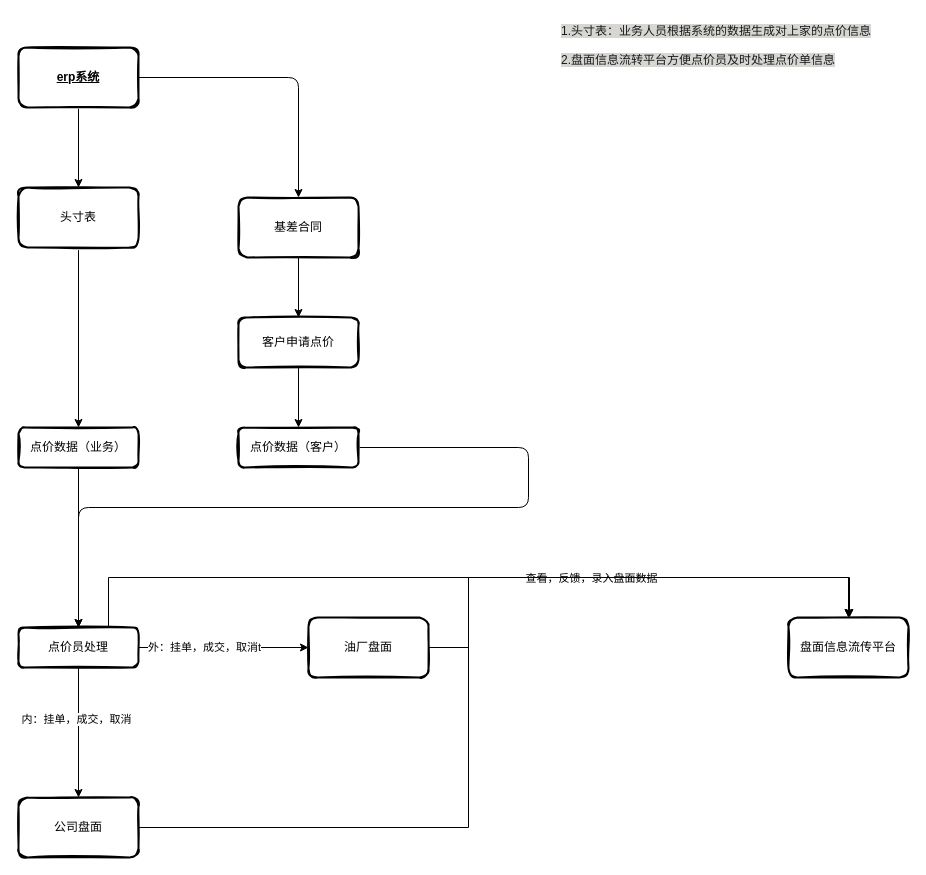
lq460541033/draw_dev keeps this draw.io diagram as 项目工程/点价通/盘面流转信息平台.drawio. Above is the earlier version. Source tidied: cells renumbered, new cells numbered last; positions are measured from the earlier drawing's top-left corner, leaving out a move shared by most shapes. Both pictures are drawn from the tidied source at 100%, with x=0, y=0 at pixel (18, 17).
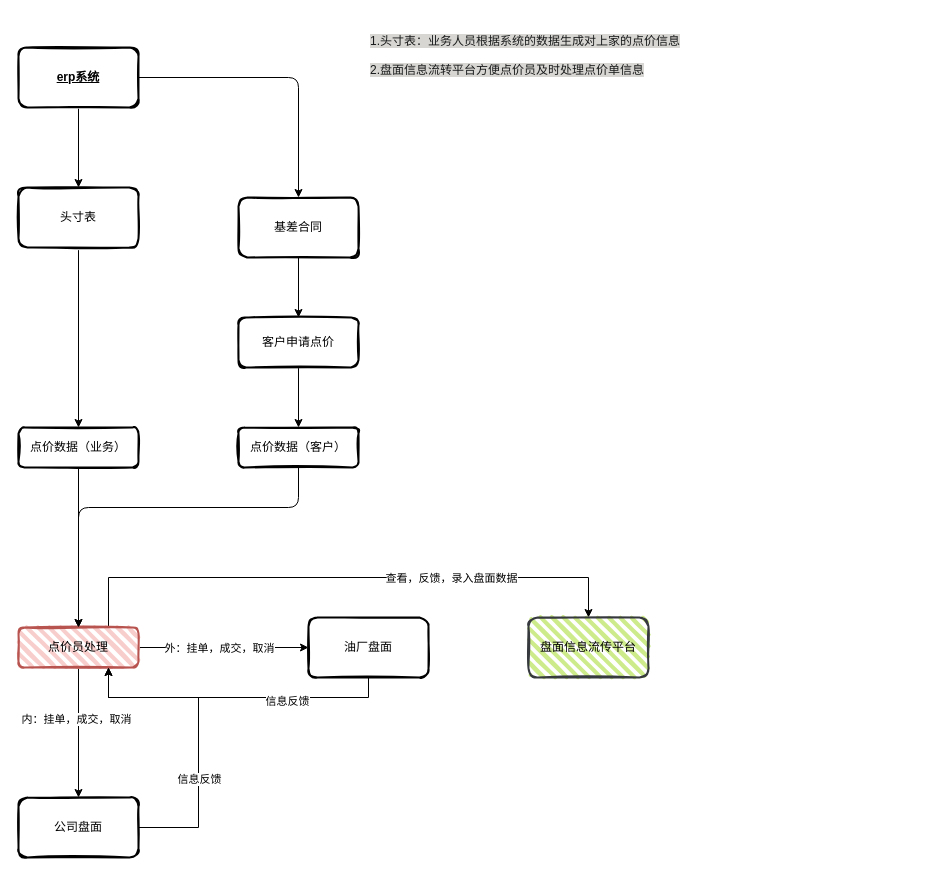
After the change.

Commit message (it also covers changes not shown here):
Update 盘面流转信息平台.drawio

The change refers to these unchanged cells:
```xml
<mxCell id="11" style="edgeStyle=orthogonalEdgeStyle;rounded=0;jettySize=auto;html=1;" parent="1" edge="1" source="15" target="17">
  <mxGeometry relative="1" as="geometry" />
</mxCell>
<mxCell id="17" value="油厂盘面" style="rounded=1;whiteSpace=wrap;html=1;strokeWidth=2;fillWeight=4;hachureGap=8;hachureAngle=45;sketch=1;" parent="1" vertex="1">
  <mxGeometry x="290" y="600" width="120" height="60" as="geometry" />
</mxCell>
<mxCell id="19" value="公司盘面" style="rounded=1;whiteSpace=wrap;html=1;strokeWidth=2;fillWeight=4;hachureGap=8;hachureAngle=45;sketch=1;" parent="1" vertex="1">
  <mxGeometry y="780" width="120" height="60" as="geometry" />
</mxCell>
<mxCell id="25" value="点价数据（客户）" style="rounded=1;whiteSpace=wrap;html=1;strokeWidth=2;fillWeight=4;hachureGap=8;hachureAngle=45;sketch=1;" parent="1" vertex="1">
  <mxGeometry x="220" y="410" width="120" height="40" as="geometry" />
</mxCell>
```

Diff of the diagram source:
```diff
@@
     <mxCell id="9" style="edgeStyle=orthogonalEdgeStyle;rounded=0;jettySize=auto;html=1;entryX=0.5;entryY=0;entryDx=0;entryDy=0;" parent="1" edge="1" source="15" target="26">
       <mxGeometry relative="1" as="geometry">
         <Array as="points">
           <mxPoint x="90" y="560" />
-          <mxPoint x="830" y="560" />
+          <mxPoint x="570" y="560" />
         </Array>
       </mxGeometry>
     </mxCell>
@@
-    <mxCell id="12" value="外：挂单，成交，取消t" style="edgeLabel;html=1;align=center;verticalAlign=middle;" parent="11" vertex="1">
-      <mxGeometry x="-0.24" y="1" relative="1" as="geometry" />
+    <mxCell id="12" value="外：挂单，成交，取消" style="edgeLabel;html=1;align=center;verticalAlign=middle;" parent="11" vertex="1">
+      <mxGeometry x="-0.24" y="1" relative="1" as="geometry">
+        <mxPoint x="15" y="1" as="offset" />
+      </mxGeometry>
     </mxCell>
@@
-    <mxCell id="15" value="点价员处理" style="rounded=1;whiteSpace=wrap;html=1;strokeWidth=2;fillWeight=4;hachureGap=8;hachureAngle=45;sketch=1;" parent="1" vertex="1">
+    <mxCell id="15" value="点价员处理" style="rounded=1;whiteSpace=wrap;html=1;strokeWidth=2;fillWeight=4;hachureGap=8;hachureAngle=45;sketch=1;fillColor=#f8cecc;strokeColor=#b85450;" parent="1" vertex="1">
       <mxGeometry y="610" width="120" height="40" as="geometry" />
     </mxCell>
-    <mxCell id="16" style="edgeStyle=orthogonalEdgeStyle;rounded=0;jettySize=auto;html=1;entryX=0.5;entryY=0;entryDx=0;entryDy=0;" parent="1" edge="1" source="17" target="26">
-      <mxGeometry relative="1" as="geometry">
-        <Array as="points">
-          <mxPoint x="450" y="630" />
-          <mxPoint x="450" y="560" />
-          <mxPoint x="830" y="560" />
-        </Array>
-      </mxGeometry>
-    </mxCell>
+    <mxCell id="28" style="edgeStyle=orthogonalEdgeStyle;rounded=0;jettySize=auto;html=1;entryX=0.75;entryY=1;entryDx=0;entryDy=0;" parent="1" edge="1" source="17" target="15">
+      <mxGeometry relative="1" as="geometry">
+        <Array as="points">
+          <mxPoint x="350" y="680" />
+          <mxPoint x="90" y="680" />
+        </Array>
+      </mxGeometry>
+    </mxCell>
+    <mxCell id="29" value="信息反馈" style="edgeLabel;html=1;align=center;verticalAlign=middle;" parent="28" vertex="1">
+      <mxGeometry x="-0.34" y="3" relative="1" as="geometry" />
+    </mxCell>
@@
-    <mxCell id="18" style="edgeStyle=orthogonalEdgeStyle;rounded=0;jettySize=auto;html=1;entryX=0.5;entryY=0;entryDx=0;entryDy=0;exitX=1;exitY=0.5;exitDx=0;exitDy=0;" parent="1" edge="1" source="19">
-      <mxGeometry relative="1" as="geometry">
-        <mxPoint x="831" y="600" as="targetPoint" />
-        <Array as="points">
-          <mxPoint x="450" y="810" />
-          <mxPoint x="450" y="560" />
-          <mxPoint x="831" y="560" />
-        </Array>
-      </mxGeometry>
-    </mxCell>
+    <mxCell id="30" style="edgeStyle=orthogonalEdgeStyle;rounded=0;jettySize=auto;html=1;entryX=0.75;entryY=1;entryDx=0;entryDy=0;" parent="1" edge="1" source="19" target="15">
+      <mxGeometry relative="1" as="geometry">
+        <Array as="points">
+          <mxPoint x="180" y="810" />
+          <mxPoint x="180" y="680" />
+          <mxPoint x="90" y="680" />
+        </Array>
+      </mxGeometry>
+    </mxCell>
+    <mxCell id="31" value="信息反馈" style="edgeLabel;html=1;align=center;verticalAlign=middle;" parent="30" vertex="1">
+      <mxGeometry x="-0.3" relative="1" as="geometry" />
+    </mxCell>
@@
-    <mxCell id="24" style="edgeStyle=orthogonalEdgeStyle;curved=0;rounded=1;sketch=0;jettySize=auto;html=1;" parent="1" edge="1" source="25" target="15">
+    <mxCell id="24" style="edgeStyle=orthogonalEdgeStyle;curved=0;rounded=1;sketch=0;jettySize=auto;html=1;exitX=0.5;exitY=1;exitDx=0;exitDy=0;" parent="1" edge="1" source="25" target="15">
       <mxGeometry relative="1" as="geometry">
         <Array as="points">
-          <mxPoint x="510" y="490" />
+          <mxPoint x="280" y="490" />
           <mxPoint x="60" y="490" />
         </Array>
       </mxGeometry>
     </mxCell>
@@
-    <mxCell id="26" value="盘面信息流传平台" style="rounded=1;whiteSpace=wrap;html=1;strokeWidth=2;fillWeight=4;hachureGap=8;hachureAngle=45;sketch=1;fillColor=none;" parent="1" vertex="1">
-      <mxGeometry x="770" y="600" width="120" height="60" as="geometry" />
+    <mxCell id="26" value="盘面信息流传平台" style="rounded=1;whiteSpace=wrap;html=1;strokeWidth=2;fillWeight=4;hachureGap=8;hachureAngle=45;sketch=1;fillColor=#cdeb8b;strokeColor=#36393d;" parent="1" vertex="1">
+      <mxGeometry x="510" y="600" width="120" height="60" as="geometry" />
     </mxCell>
     <mxCell id="27" value="&lt;span style=&quot;color: rgb(24 , 26 , 27) ; font-family: &amp;#34;helvetica&amp;#34; ; font-size: 12px ; font-style: normal ; font-weight: 400 ; letter-spacing: normal ; text-align: center ; text-indent: 0px ; text-transform: none ; word-spacing: 0px ; background-color: rgb(216 , 214 , 210) ; display: inline ; float: none&quot;&gt;1.头寸表：业务人员根据系统的数据生成对上家的点价信息&lt;br&gt;&lt;br&gt;2.盘面信息流转平台方便点价员及时处理点价单信息&lt;br&gt;&lt;/span&gt;" style="text;whiteSpace=wrap;html=1;" parent="1" vertex="1">
-      <mxGeometry x="541" width="340" height="30" as="geometry" />
+      <mxGeometry x="350" y="10" width="340" height="30" as="geometry" />
     </mxCell>
```
